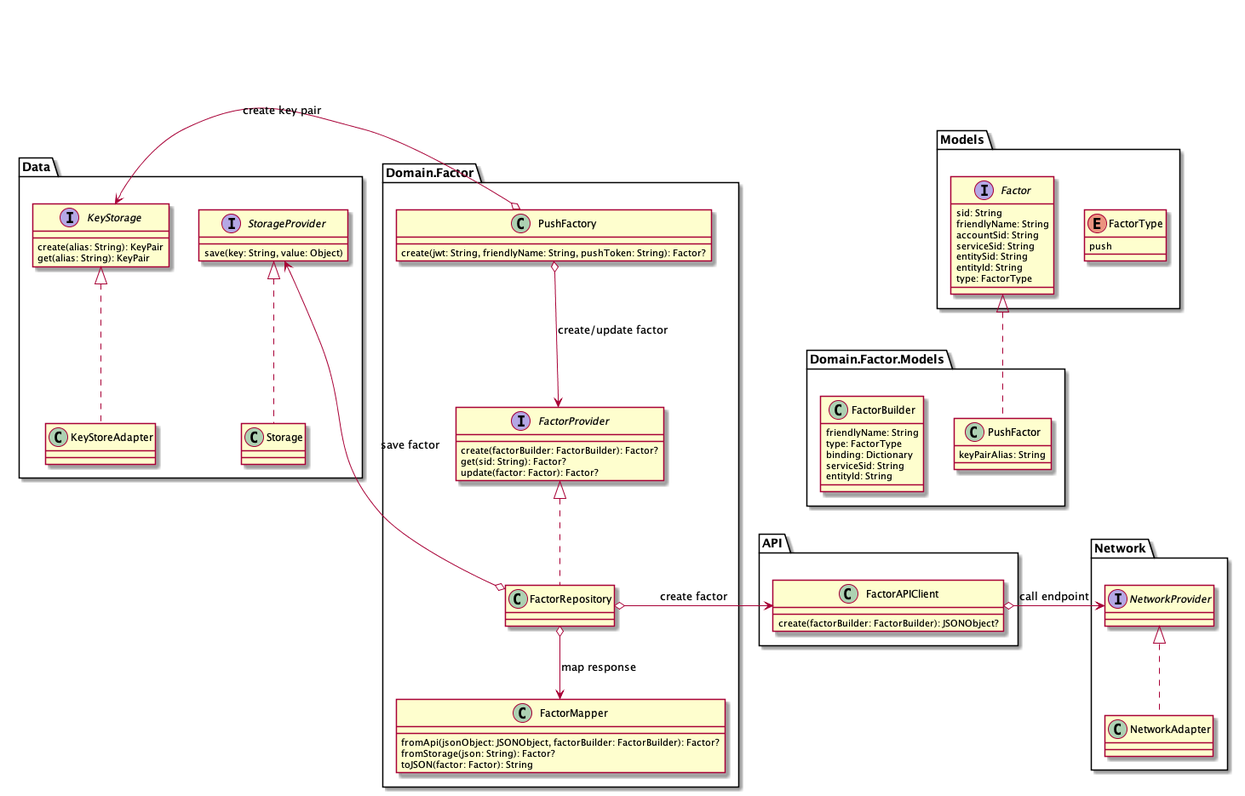
Earlier version of the PlantUML export diagrams/CreatePushFactor/Create push factor.png (twilio/twilio-verify-android).
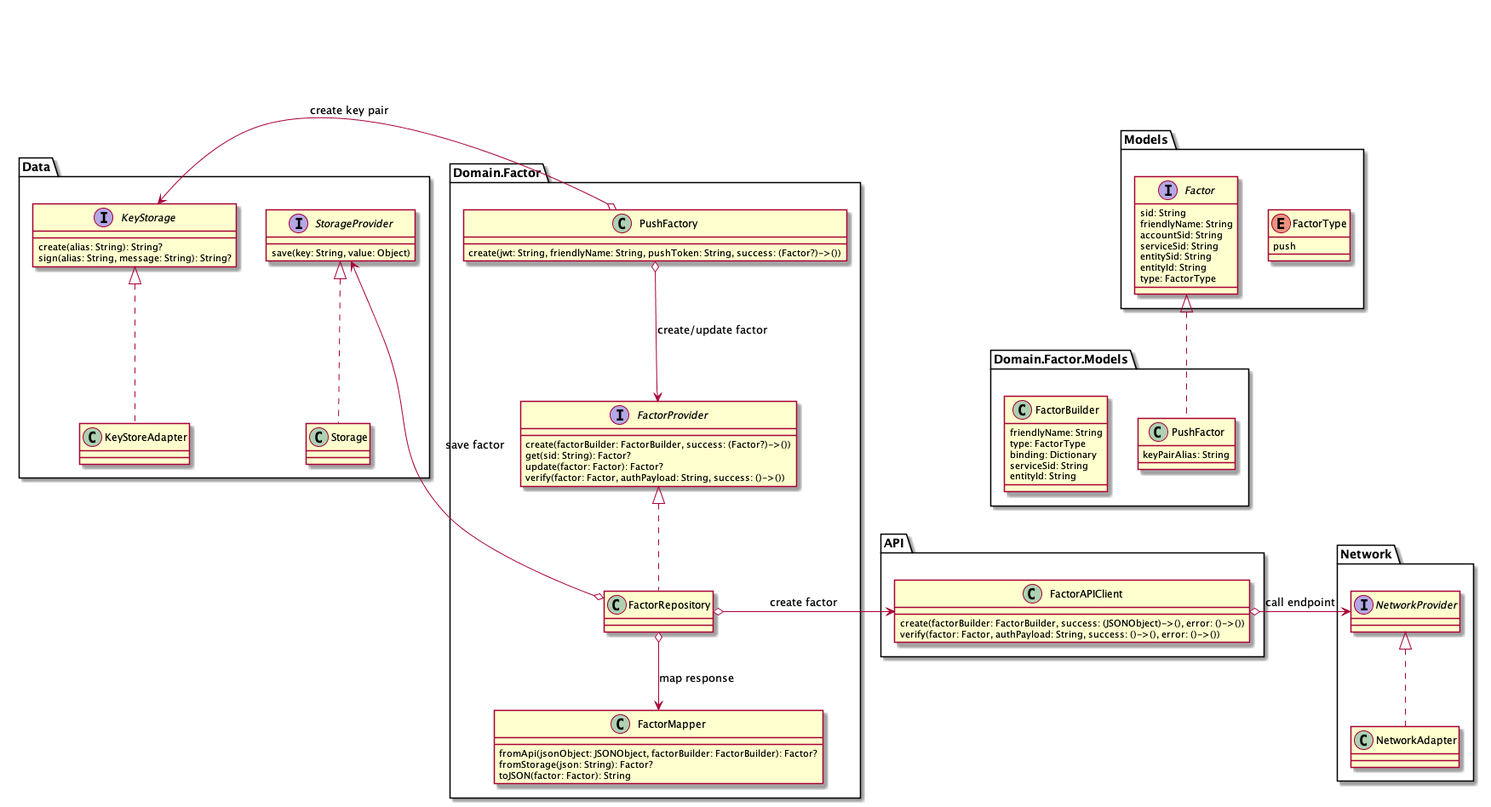
Above is the later version.

Commit message:
ACCSEC-16421 Factor repository (#9)

Change to the diagram source:
```diff
@@ -27,7 +27,8 @@
     toJSON(factor: Factor): String
 }
 class API.FactorAPIClient {
-    create(factorBuilder: FactorBuilder): JSONObject?
+    create(factorBuilder: FactorBuilder, success: (JSONObject)->(), error: ()->())
+    verify(factor: Factor, authPayload: String, success: ()->(), error: ()->())
 }
 class Network.NetworkAdapter implements Network.NetworkProvider {
 
@@ -39,22 +40,23 @@
 
 }
 interface Data.KeyStorage {
-    create(alias: String): KeyPair
-    get(alias: String): KeyPair
+    create(alias: String): String?
+    sign(alias: String, message: String): String?
 }
 class Data.KeyStoreAdapter implements Data.KeyStorage {
 
 }
 interface Domain.Factor.FactorProvider {
-    create(factorBuilder: FactorBuilder): Factor?
+    create(factorBuilder: FactorBuilder, success: (Factor?)->())
     get(sid: String): Factor?
     update(factor: Factor): Factor?
+    verify(factor: Factor, authPayload: String, success: ()->())
 }
 class Domain.Factor.FactorRepository implements Domain.Factor.FactorProvider {
 
 }
 class Domain.Factor.PushFactory {
-    create(jwt: String, friendlyName: String, pushToken: String): Factor?
+    create(jwt: String, friendlyName: String, pushToken: String, success: (Factor?)->())
 }
 Domain.Factor.PushFactory o-left-> Data.KeyStorage: create key pair
 Domain.Factor.PushFactory o--> Domain.Factor.FactorProvider: create/update factor
```
